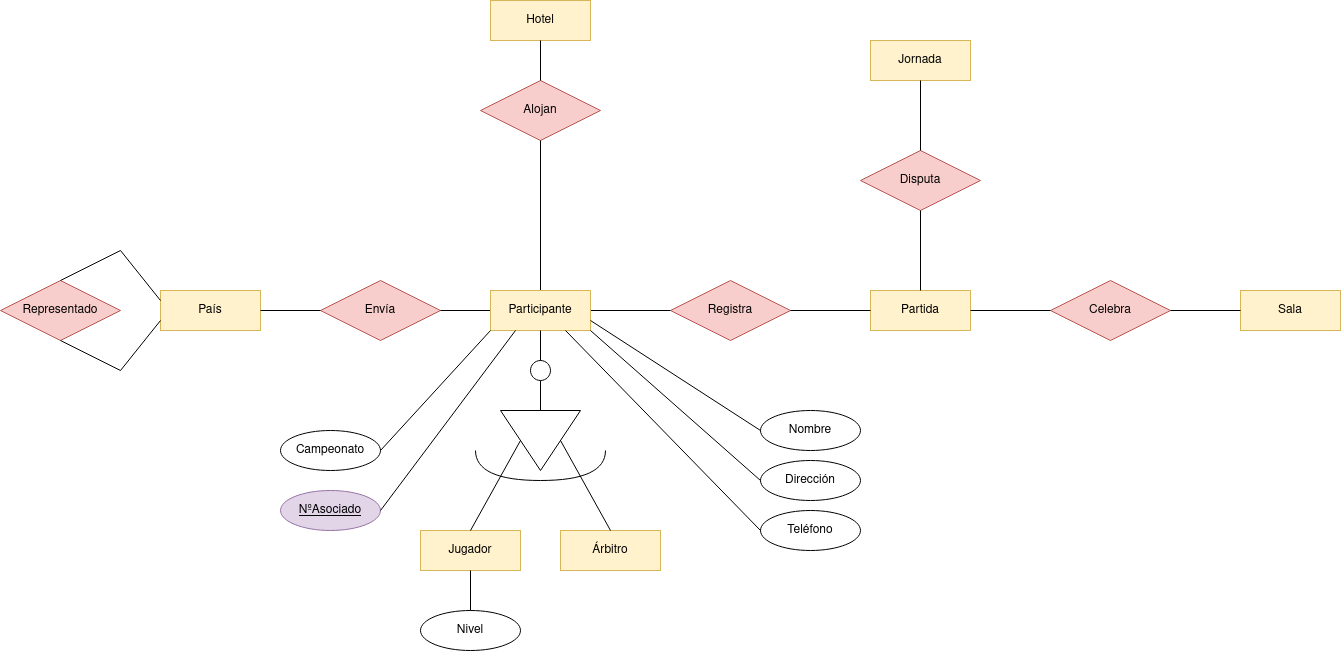
Earlier version of the draw.io export TAREAS/Tareas clase/E-R/E-R Campeonato del mundo ajedrez.drawio.png (samugd17/base-datos-bae-). Source tidied: cells renumbered, new cells last; positions are measured from the earlier drawing's top-left corner, leaving out a move shared by most shapes.
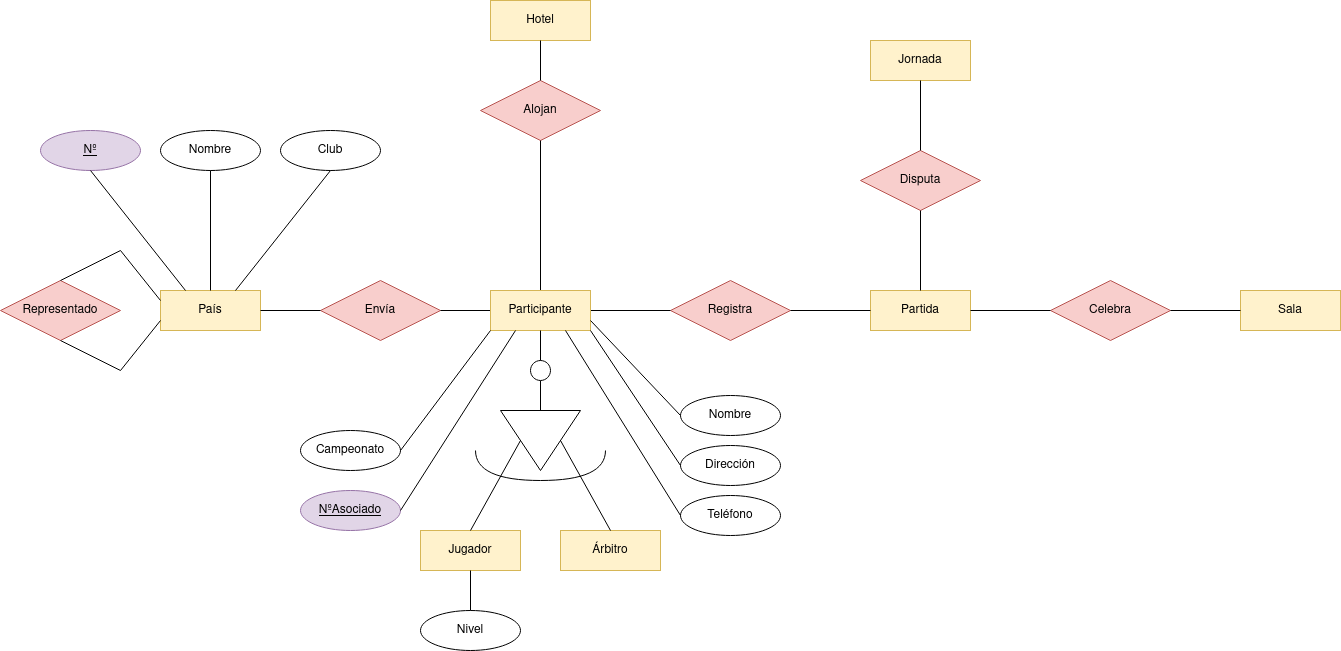
The same diagram one commit later.

What changed in the source:
```diff
@@ -110,19 +110,19 @@
       <mxGeometry relative="1" as="geometry" />
     </mxCell>
     <mxCell id="35" value="Nombre" style="ellipse;whiteSpace=wrap;html=1;align=center;" parent="1" vertex="1">
-      <mxGeometry x="760" y="410" width="100" height="40" as="geometry" />
+      <mxGeometry x="680" y="395" width="100" height="40" as="geometry" />
     </mxCell>
     <mxCell id="36" value="Dirección" style="ellipse;whiteSpace=wrap;html=1;align=center;" parent="1" vertex="1">
-      <mxGeometry x="760" y="460" width="100" height="40" as="geometry" />
+      <mxGeometry x="680" y="445" width="100" height="40" as="geometry" />
     </mxCell>
     <mxCell id="37" value="Teléfono" style="ellipse;whiteSpace=wrap;html=1;align=center;" parent="1" vertex="1">
-      <mxGeometry x="760" y="510" width="100" height="40" as="geometry" />
+      <mxGeometry x="680" y="495" width="100" height="40" as="geometry" />
     </mxCell>
     <mxCell id="38" value="Campeonato" style="ellipse;whiteSpace=wrap;html=1;align=center;" parent="1" vertex="1">
-      <mxGeometry x="280" y="430" width="100" height="40" as="geometry" />
+      <mxGeometry x="300" y="430" width="100" height="40" as="geometry" />
     </mxCell>
     <mxCell id="39" value="NºAsociado" style="ellipse;whiteSpace=wrap;html=1;align=center;fontStyle=4;fillColor=#e1d5e7;strokeColor=#9673a6;" parent="1" vertex="1">
-      <mxGeometry x="280" y="490" width="100" height="40" as="geometry" />
+      <mxGeometry x="300" y="490" width="100" height="40" as="geometry" />
     </mxCell>
     <mxCell id="40" value="Nivel" style="ellipse;whiteSpace=wrap;html=1;align=center;" parent="1" vertex="1">
       <mxGeometry x="420" y="610" width="100" height="40" as="geometry" />
@@ -145,5 +145,23 @@
     <mxCell id="46" style="endArrow=none;html=1;rounded=0;exitX=1;exitY=1;exitDx=0;exitDy=0;entryX=0;entryY=0.5;entryDx=0;entryDy=0;" parent="1" edge="1" source="31" target="36">
       <mxGeometry relative="1" as="geometry" />
     </mxCell>
+    <mxCell id="47" value="Nombre" style="ellipse;whiteSpace=wrap;html=1;align=center;" parent="1" vertex="1">
+      <mxGeometry x="160" y="130" width="100" height="40" as="geometry" />
+    </mxCell>
+    <mxCell id="48" value="Club" style="ellipse;whiteSpace=wrap;html=1;align=center;" parent="1" vertex="1">
+      <mxGeometry x="280" y="130" width="100" height="40" as="geometry" />
+    </mxCell>
+    <mxCell id="49" value="Nº" style="ellipse;whiteSpace=wrap;html=1;align=center;fontStyle=4;fillColor=#e1d5e7;strokeColor=#9673a6;" parent="1" vertex="1">
+      <mxGeometry x="40" y="130" width="100" height="40" as="geometry" />
+    </mxCell>
+    <mxCell id="50" style="endArrow=none;html=1;rounded=0;exitX=0.5;exitY=1;exitDx=0;exitDy=0;entryX=0.75;entryY=0;entryDx=0;entryDy=0;" parent="1" edge="1" source="48" target="4">
+      <mxGeometry relative="1" as="geometry" />
+    </mxCell>
+    <mxCell id="51" style="endArrow=none;html=1;rounded=0;exitX=0.5;exitY=1;exitDx=0;exitDy=0;entryX=0.25;entryY=0;entryDx=0;entryDy=0;" parent="1" edge="1" source="49" target="4">
+      <mxGeometry relative="1" as="geometry" />
+    </mxCell>
+    <mxCell id="52" style="endArrow=none;html=1;rounded=0;exitX=0.5;exitY=1;exitDx=0;exitDy=0;entryX=0.5;entryY=0;entryDx=0;entryDy=0;" parent="1" edge="1" source="47" target="4">
+      <mxGeometry relative="1" as="geometry" />
+    </mxCell>
   </root>
 </mxGraphModel>
```
